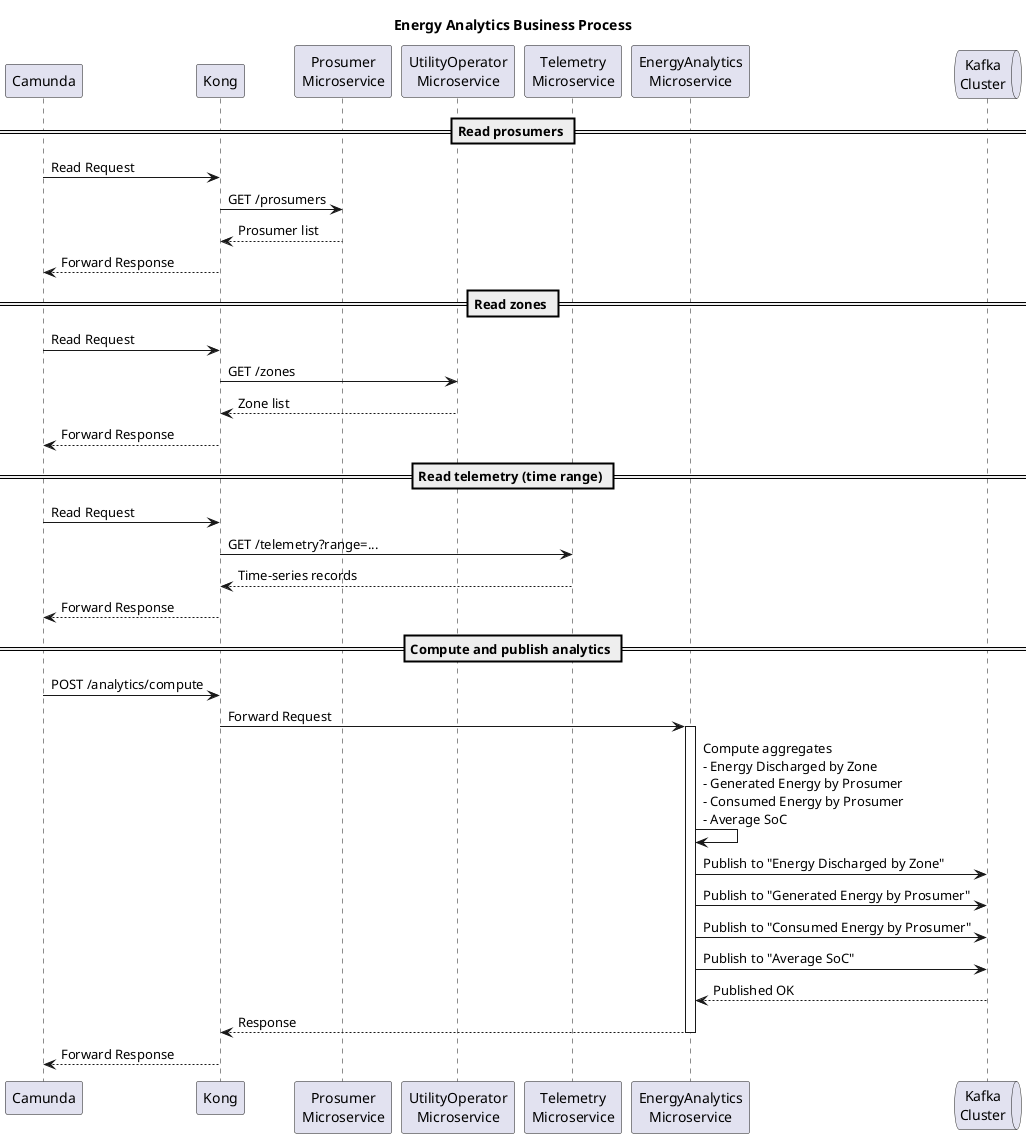
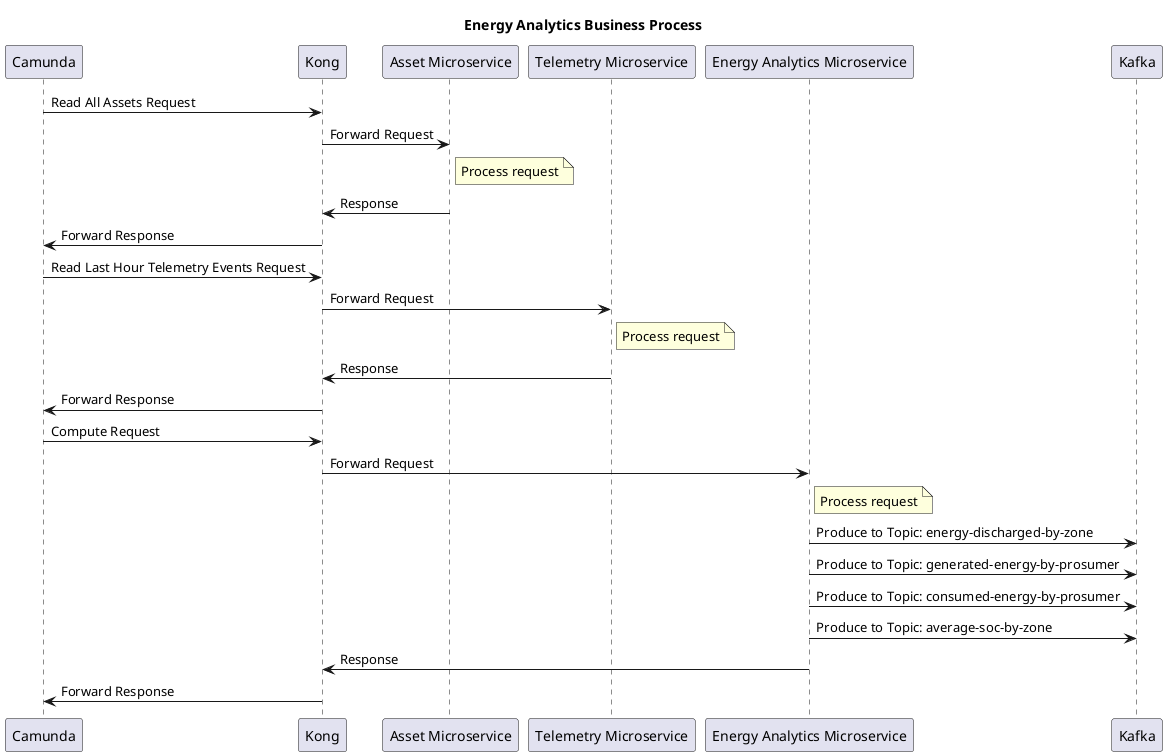
- @startuml Energy Analytics Business Process
+ @startuml EnergyAnalytics
title Energy Analytics Business Process

- participant "Camunda" as C
- participant "Kong" as K
- participant "Prosumer\nMicroservice" as P
- participant "UtilityOperator\nMicroservice" as U
- participant "Telemetry\nMicroservice" as T
- participant "EnergyAnalytics\nMicroservice" as E
- queue "Kafka\nCluster" as KF
+ /'
+ Get all assets using the Asset Microservice. GET /Asset
+ Get last hour telemetry events using the Telemetry Microservice. GET /Telemetry/last-hour
+ Send to Energy Analytics Microservice for processing. POST /EnergyAnalytics/analyse

- == Read prosumers ==
- C -> K : Read Request
- K -> P : GET /prosumers
- P --> K : Prosumer list
- K --> C : Forward Response
+ The business process does not need to query the Prosumer or Utility Operator (and even Grid Cell) microservices
+ - as it is in the project statement - since all the information we need can be obtained from the previous endpoints.
+ The asset_id to prosumer_id mapping is already carried by the asset records, and the grid_cell_id is already carried
+ by each telemetry event.
+ '/

- == Read zones ==
- C -> K : Read Request
- K -> U : GET /zones
- U --> K : Zone list
- K --> C : Forward Response

- == Read telemetry (time range) ==
- C -> K : Read Request
- K -> T : GET /telemetry?range=...
- T --> K : Time-series records
- K --> C : Forward Response
+ participant Camunda
+ participant Kong
+ participant "Asset Microservice" as Asset
+ participant "Telemetry Microservice" as Tel
+ participant "Energy Analytics Microservice" as EA
+ participant Kafka

- == Compute and publish analytics ==
- C -> K : POST /analytics/compute
- K -> E : Forward Request
- activate E
- E -> E : Compute aggregates\n- Energy Discharged by Zone\n- Generated Energy by Prosumer\n- Consumed Energy by Prosumer\n- Average SoC
+ Camunda -> Kong : Read All Assets Request
+ Kong -> Asset : Forward Request
+ note right of Asset : Process request
+ Asset -> Kong : Response
+ Kong -> Camunda : Forward Response

- E -> KF : Publish to "Energy Discharged by Zone"
- E -> KF : Publish to "Generated Energy by Prosumer"
- E -> KF : Publish to "Consumed Energy by Prosumer"
- E -> KF : Publish to "Average SoC"
- KF --> E : Published OK
+ Camunda -> Kong : Read Last Hour Telemetry Events Request
+ Kong -> Tel : Forward Request
+ note right of Tel : Process request
+ Tel -> Kong : Response
+ Kong -> Camunda : Forward Response

- E --> K : Response
- deactivate E
- K --> C : Forward Response
- 
- @enduml
+ Camunda -> Kong : Compute Request
+ Kong -> EA : Forward Request
+ note right of EA : Process request
+ EA -> Kafka : Produce to Topic: energy-discharged-by-zone
+ EA -> Kafka : Produce to Topic: generated-energy-by-prosumer
+ EA -> Kafka : Produce to Topic: consumed-energy-by-prosumer
+ EA -> Kafka : Produce to Topic: average-soc-by-zone
+ EA -> Kong : Response
+ Kong -> Camunda : Forward Response
+ @enduml